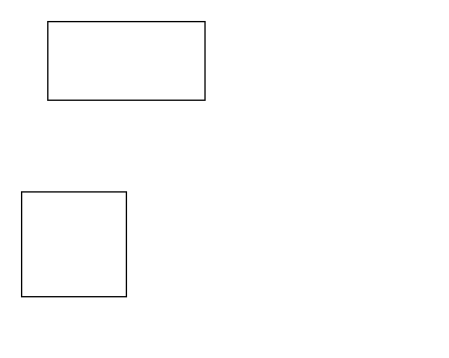
Earlier version of the draw.io diagram 未命名绘图.drawio (vueKingisMe/githubone). Source tidied: cells renumbered, new cells numbered last; positions are measured from the earlier drawing's top-left corner, leaving out a move shared by most shapes. Both pictures are drawn from the tidied source at 131%, with x=0, y=0 at pixel (21, 21).
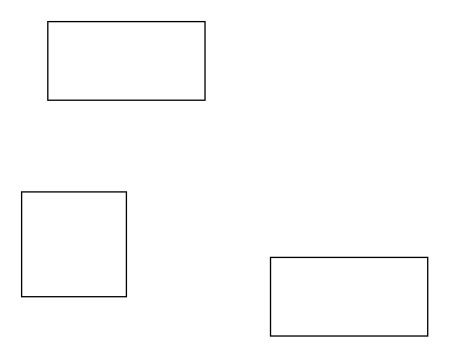
After the change.

Commit message:
更新未命名绘图.drawio

What changed in the source:
```diff
@@
 <mxGraphModel>
   <root>
     <mxCell id="0" />
     <mxCell id="1" parent="0" />
     <mxCell id="2" style="rounded=0;whiteSpace=wrap;html=1;" parent="1" vertex="1">
       <mxGeometry x="20" width="120" height="60" as="geometry" />
     </mxCell>
     <mxCell id="3" style="whiteSpace=wrap;html=1;" parent="1" vertex="1">
       <mxGeometry y="130" width="80" height="80" as="geometry" />
     </mxCell>
+    <mxCell id="4" style="rounded=0;whiteSpace=wrap;html=1;" parent="1" vertex="1">
+      <mxGeometry x="190" y="180" width="120" height="60" as="geometry" />
+    </mxCell>
   </root>
 </mxGraphModel>
```
